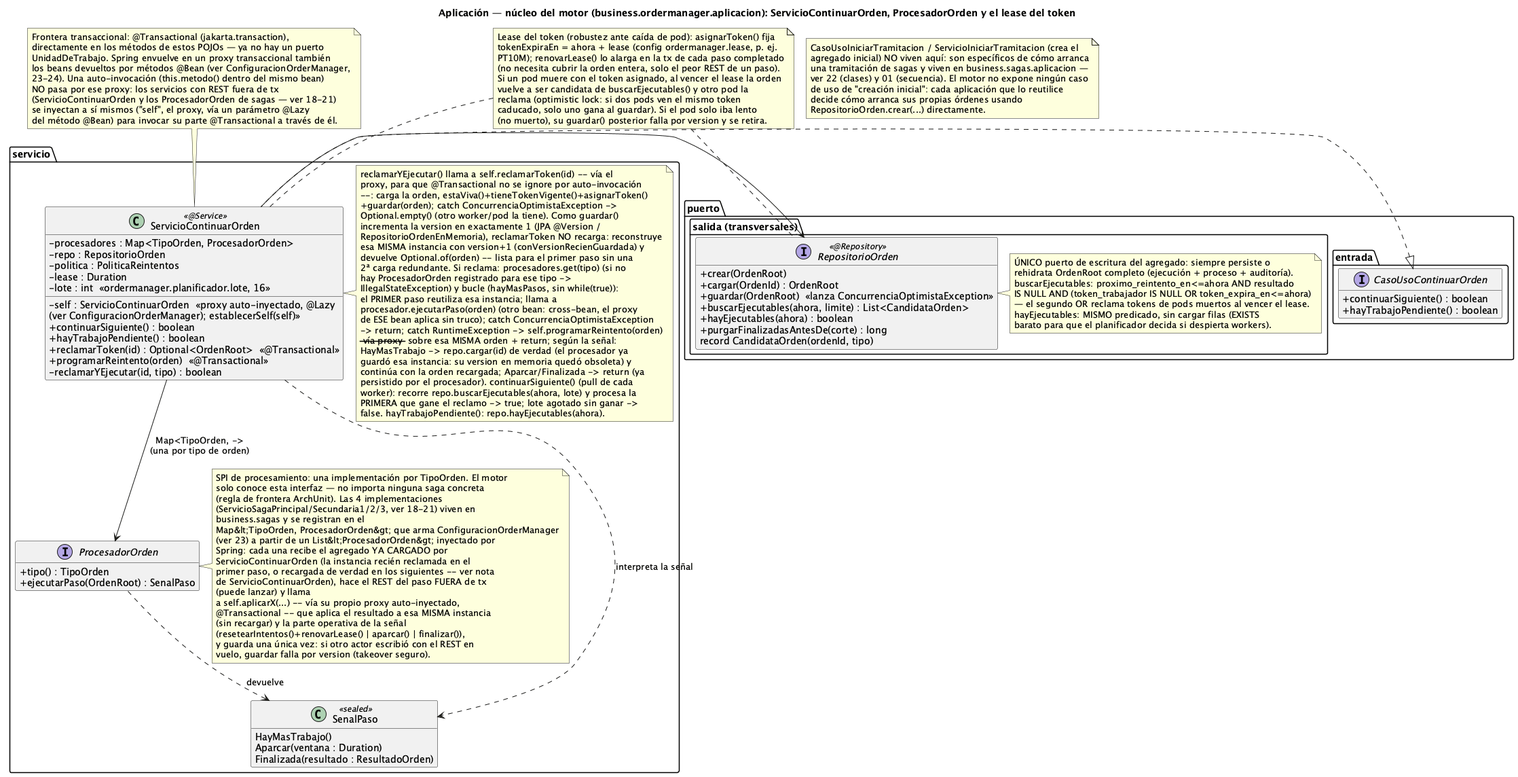
Before: order-manager/docs/17-clases-aplicacion-nucleo.png, a diagram exported from PlantUML (ralcazar/patrones).
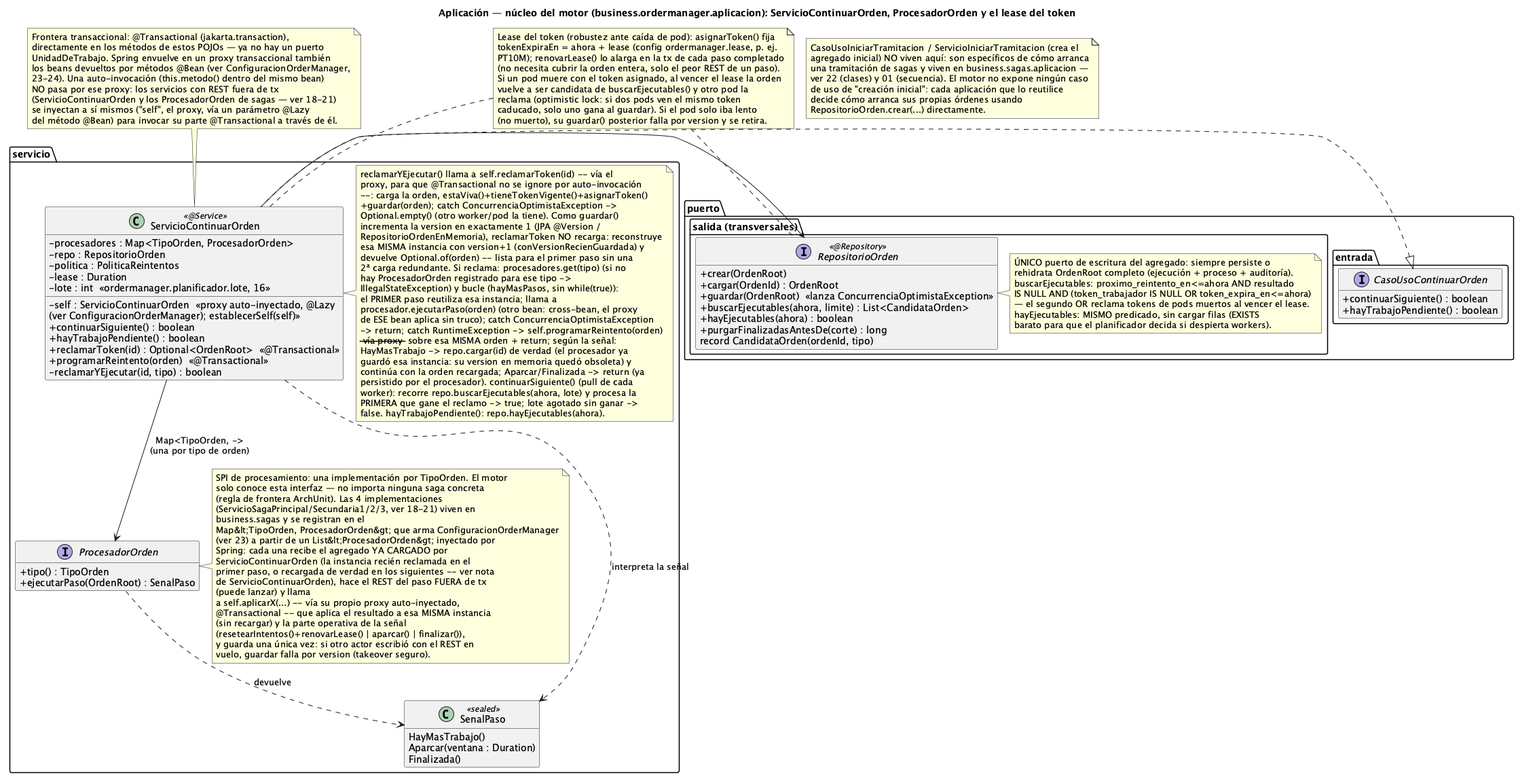
Above is the later version.

The edit, as a diff of the source:
```diff
@@ -80,7 +80,7 @@
   class "SenalPaso" as SenalPaso <<sealed>> {
     HayMasTrabajo()
     Aparcar(ventana : Duration)
-    Finalizada(resultado : ResultadoOrden)
+    Finalizada()
   }
 }
 
```
